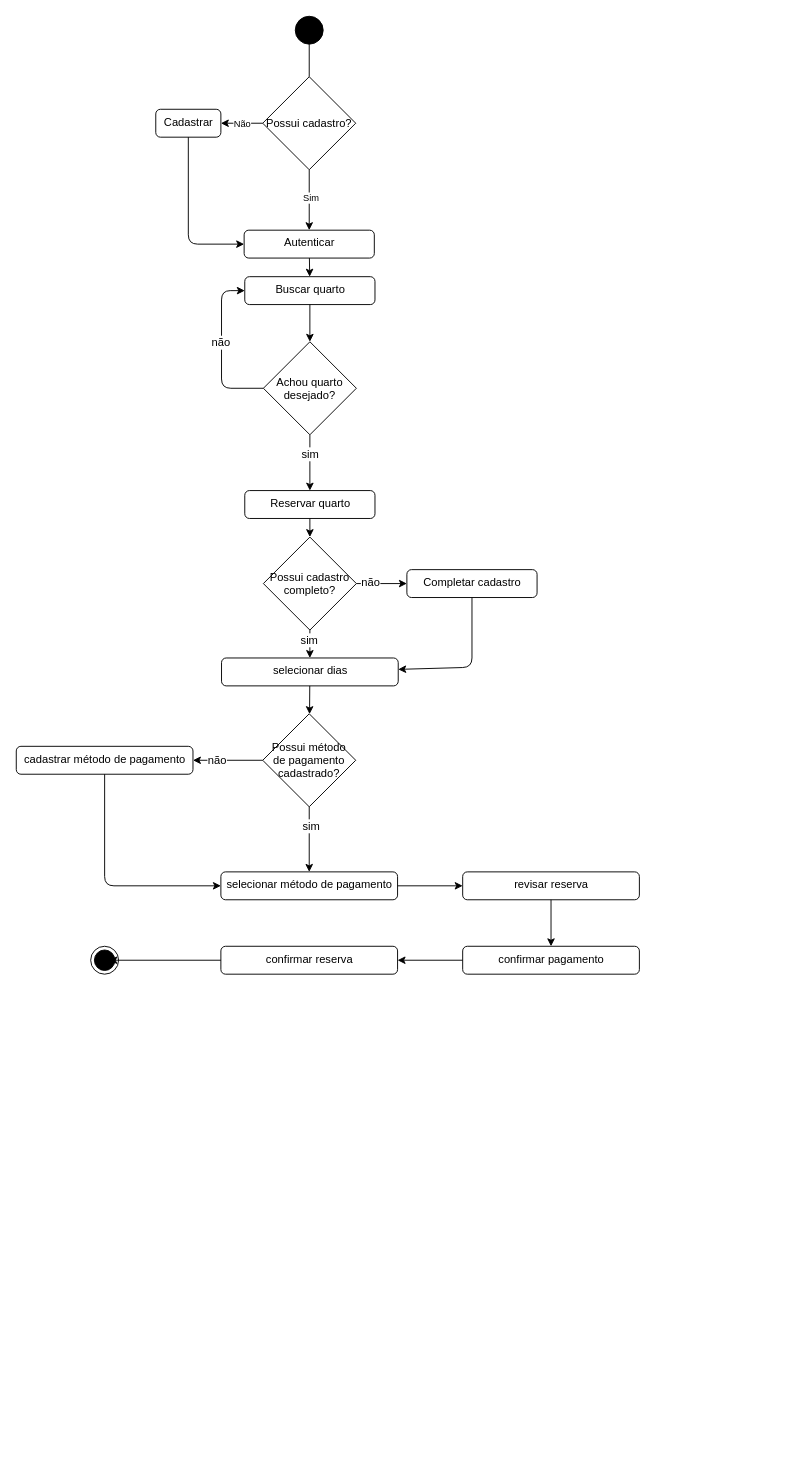
Earlier version of the draw.io diagram diagramas/atividade/atividade_reserva.drawio (Marco-ACosta/trabalho_hotelaria). Source tidied: cells renumbered, new cells numbered last; positions are measured from the earlier drawing's top-left corner, leaving out a move shared by most shapes. Both pictures are drawn from the tidied source at 93%, with x=0, y=0 at pixel (16, 16).
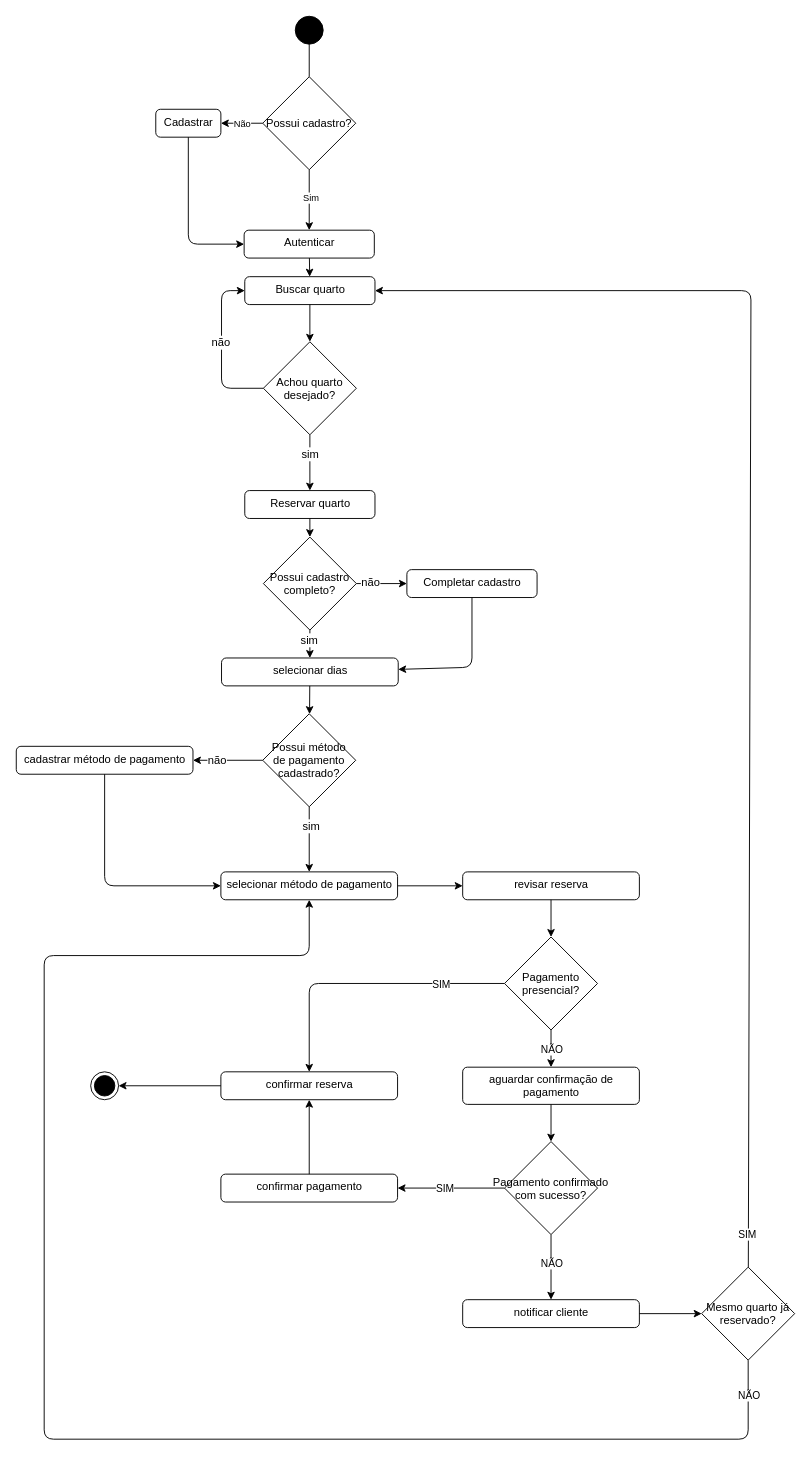
The same diagram, later.

The change refers to these unchanged cells:
```xml
<mxCell id="15" value="&lt;span style=&quot;font-size: 12px;&quot;&gt;Buscar quarto&lt;/span&gt;" style="html=1;align=center;verticalAlign=top;rounded=1;absoluteArcSize=1;arcSize=10;dashed=0;fillColor=none;fontSize=10;" parent="1" vertex="1">
  <mxGeometry x="245.7" y="280" width="140" height="30" as="geometry" />
</mxCell>
<mxCell id="38" value="&lt;span style=&quot;font-size: 12px;&quot;&gt;selecionar método de pagamento&lt;/span&gt;" style="html=1;align=center;verticalAlign=top;rounded=1;absoluteArcSize=1;arcSize=10;dashed=0;fillColor=none;fontSize=10;" parent="1" vertex="1">
  <mxGeometry x="220" y="920" width="190" height="30" as="geometry" />
</mxCell>
<mxCell id="40" value="&lt;span style=&quot;font-size: 12px;&quot;&gt;revisar reserva&lt;/span&gt;" style="html=1;align=center;verticalAlign=top;rounded=1;absoluteArcSize=1;arcSize=10;dashed=0;fillColor=none;fontSize=10;" parent="1" vertex="1">
  <mxGeometry x="480" y="920" width="190" height="30" as="geometry" />
</mxCell>
```

What changed in the source:
```diff
@@
     <mxCell id="4" style="ellipse;html=1;shape=endState;fillColor=strokeColor;" parent="1" vertex="1">
-      <mxGeometry x="80" y="1000" width="30" height="30" as="geometry" />
+      <mxGeometry x="80" y="1135" width="30" height="30" as="geometry" />
     </mxCell>
@@
-    <mxCell id="39" style="edgeStyle=none;html=1;fontSize=12;startArrow=none;startFill=0;endArrow=classic;endFill=1;" parent="1" edge="1" source="40" target="42">
-      <mxGeometry relative="1" as="geometry" />
-    </mxCell>
+    <mxCell id="47" style="edgeStyle=none;html=1;entryX=0.5;entryY=0;entryDx=0;entryDy=0;" parent="1" edge="1" source="40" target="52">
+      <mxGeometry relative="1" as="geometry" />
+    </mxCell>
@@
-    <mxCell id="41" style="edgeStyle=none;html=1;fontSize=12;startArrow=none;startFill=0;endArrow=classic;endFill=1;" parent="1" edge="1" source="42" target="44">
+    <mxCell id="41" style="edgeStyle=none;html=1;entryX=0.5;entryY=1;entryDx=0;entryDy=0;" parent="1" edge="1" source="42" target="44">
       <mxGeometry relative="1" as="geometry" />
     </mxCell>
     <mxCell id="42" value="&lt;span style=&quot;font-size: 12px;&quot;&gt;confirmar pagamento&lt;/span&gt;" style="html=1;align=center;verticalAlign=top;rounded=1;absoluteArcSize=1;arcSize=10;dashed=0;fillColor=none;fontSize=10;" parent="1" vertex="1">
-      <mxGeometry x="480" y="1000" width="190" height="30" as="geometry" />
+      <mxGeometry x="220" y="1245" width="190" height="30" as="geometry" />
     </mxCell>
-    <mxCell id="43" style="edgeStyle=none;html=1;entryX=0.667;entryY=0.5;entryDx=0;entryDy=0;entryPerimeter=0;fontSize=12;startArrow=none;startFill=0;endArrow=classic;endFill=1;" parent="1" edge="1" source="44" target="4">
+    <mxCell id="43" style="edgeStyle=none;html=1;entryX=1;entryY=0.5;entryDx=0;entryDy=0;fontSize=12;startArrow=none;startFill=0;endArrow=classic;endFill=1;" parent="1" edge="1" source="44" target="4">
       <mxGeometry relative="1" as="geometry" />
     </mxCell>
     <mxCell id="44" value="&lt;span style=&quot;font-size: 12px;&quot;&gt;confirmar reserva&lt;/span&gt;" style="html=1;align=center;verticalAlign=top;rounded=1;absoluteArcSize=1;arcSize=10;dashed=0;fillColor=none;fontSize=10;" parent="1" vertex="1">
-      <mxGeometry x="220" y="1000" width="190" height="30" as="geometry" />
+      <mxGeometry x="220" y="1135" width="190" height="30" as="geometry" />
     </mxCell>
@@
+    <mxCell id="48" style="edgeStyle=none;html=1;entryX=0.5;entryY=0;entryDx=0;entryDy=0;" parent="1" edge="1" source="52" target="44">
+      <mxGeometry relative="1" as="geometry">
+        <Array as="points">
+          <mxPoint x="315" y="1040" />
+        </Array>
+      </mxGeometry>
+    </mxCell>
+    <mxCell id="49" value="SIM" style="edgeLabel;html=1;align=center;verticalAlign=middle;" parent="48" vertex="1">
+      <mxGeometry x="-0.26" y="1" relative="1" as="geometry">
+        <mxPoint x="44" y="-1" as="offset" />
+      </mxGeometry>
+    </mxCell>
+    <mxCell id="50" style="edgeStyle=none;html=1;entryX=0.5;entryY=0;entryDx=0;entryDy=0;" parent="1" edge="1" source="52" target="54">
+      <mxGeometry relative="1" as="geometry" />
+    </mxCell>
+    <mxCell id="51" value="NÃO" style="edgeLabel;html=1;align=center;verticalAlign=middle;" parent="50" vertex="1">
+      <mxGeometry x="-0.61" relative="1" as="geometry">
+        <mxPoint y="12" as="offset" />
+      </mxGeometry>
+    </mxCell>
+    <mxCell id="52" value="Pagamento&#10;presencial?" style="rhombus;fontSize=12;" parent="1" vertex="1">
+      <mxGeometry x="525" y="990" width="100" height="100" as="geometry" />
+    </mxCell>
+    <mxCell id="53" style="edgeStyle=none;html=1;entryX=0.5;entryY=0;entryDx=0;entryDy=0;" parent="1" edge="1" source="54" target="59">
+      <mxGeometry relative="1" as="geometry" />
+    </mxCell>
+    <mxCell id="54" value="&lt;span style=&quot;font-size: 12px;&quot;&gt;aguardar confirmação de&lt;br&gt;pagamento&lt;br&gt;&lt;/span&gt;" style="html=1;align=center;verticalAlign=top;rounded=1;absoluteArcSize=1;arcSize=10;dashed=0;fillColor=none;fontSize=10;" parent="1" vertex="1">
+      <mxGeometry x="480" y="1130" width="190" height="40" as="geometry" />
+    </mxCell>
+    <mxCell id="55" style="edgeStyle=none;html=1;entryX=1;entryY=0.5;entryDx=0;entryDy=0;" parent="1" edge="1" source="59" target="42">
+      <mxGeometry relative="1" as="geometry" />
+    </mxCell>
+    <mxCell id="56" value="SIM" style="edgeLabel;html=1;align=center;verticalAlign=middle;" parent="55" vertex="1">
+      <mxGeometry x="-0.17" y="1" relative="1" as="geometry">
+        <mxPoint x="-17" y="-1" as="offset" />
+      </mxGeometry>
+    </mxCell>
+    <mxCell id="57" style="edgeStyle=none;html=1;entryX=0.5;entryY=0;entryDx=0;entryDy=0;" parent="1" edge="1" source="59" target="61">
+      <mxGeometry relative="1" as="geometry" />
+    </mxCell>
+    <mxCell id="58" value="NÃO" style="edgeLabel;html=1;align=center;verticalAlign=middle;" parent="57" vertex="1">
+      <mxGeometry x="-0.46" y="3" relative="1" as="geometry">
+        <mxPoint x="-3" y="11" as="offset" />
+      </mxGeometry>
+    </mxCell>
+    <mxCell id="59" value="Pagamento confirmado&#10;com sucesso?" style="rhombus;fontSize=12;" parent="1" vertex="1">
+      <mxGeometry x="525" y="1210" width="100" height="100" as="geometry" />
+    </mxCell>
+    <mxCell id="60" style="edgeStyle=none;html=1;entryX=0;entryY=0.5;entryDx=0;entryDy=0;" parent="1" edge="1" source="61" target="66">
+      <mxGeometry relative="1" as="geometry" />
+    </mxCell>
+    <mxCell id="61" value="&lt;span style=&quot;font-size: 12px;&quot;&gt;notificar cliente&lt;/span&gt;" style="html=1;align=center;verticalAlign=top;rounded=1;absoluteArcSize=1;arcSize=10;dashed=0;fillColor=none;fontSize=10;" parent="1" vertex="1">
+      <mxGeometry x="480" y="1380" width="190" height="30" as="geometry" />
+    </mxCell>
+    <mxCell id="62" style="edgeStyle=none;html=1;entryX=1;entryY=0.5;entryDx=0;entryDy=0;" parent="1" edge="1" source="66" target="15">
+      <mxGeometry relative="1" as="geometry">
+        <Array as="points">
+          <mxPoint x="790" y="295" />
+        </Array>
+      </mxGeometry>
+    </mxCell>
+    <mxCell id="63" value="SIM" style="edgeLabel;html=1;align=center;verticalAlign=middle;" parent="62" vertex="1">
+      <mxGeometry x="-0.95" y="2" relative="1" as="geometry" />
+    </mxCell>
+    <mxCell id="64" style="edgeStyle=none;html=1;entryX=0.5;entryY=1;entryDx=0;entryDy=0;" parent="1" edge="1" source="66" target="38">
+      <mxGeometry relative="1" as="geometry">
+        <Array as="points">
+          <mxPoint x="787" y="1530" />
+          <mxPoint x="30" y="1530" />
+          <mxPoint x="30" y="1010" />
+          <mxPoint x="315" y="1010" />
+        </Array>
+      </mxGeometry>
+    </mxCell>
+    <mxCell id="65" value="NÃO" style="edgeLabel;html=1;align=center;verticalAlign=middle;" parent="64" vertex="1">
+      <mxGeometry x="-0.97" y="3" relative="1" as="geometry">
+        <mxPoint x="-3" y="11" as="offset" />
+      </mxGeometry>
+    </mxCell>
+    <mxCell id="66" value="Mesmo quarto já&#10;reservado?" style="rhombus;fontSize=12;" parent="1" vertex="1">
+      <mxGeometry x="737" y="1345" width="100" height="100" as="geometry" />
+    </mxCell>
```
